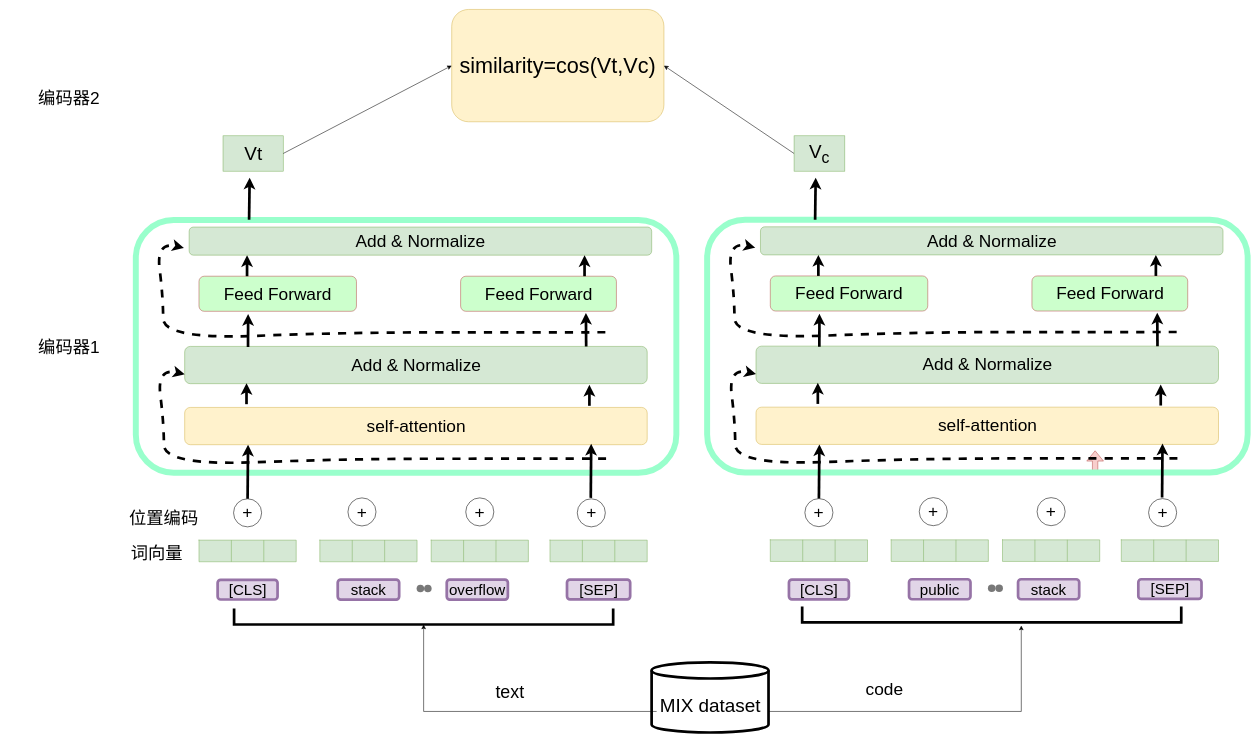
Earlier version of the draw.io diagram Copy of finetune-毕设.drawio (hangdj/BERT-PLI-IJCAI2020). Source tidied: cells renumbered, new cells numbered last; positions are measured from the earlier drawing's top-left corner, leaving out a move shared by most shapes. Both pictures are drawn from the tidied source at 54%, with x=0, y=0 at pixel (37, 9).
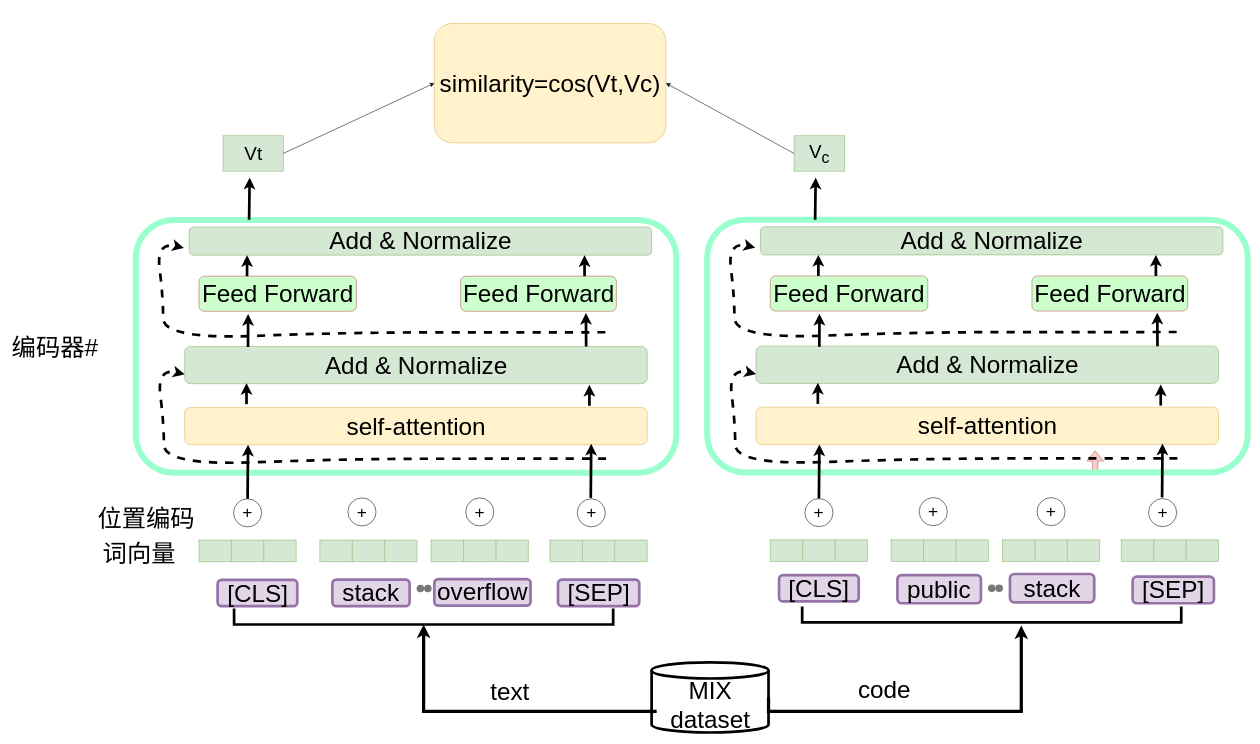
After the change.

Unchanged cells that the change refers to:
```xml
<mxCell id="3" style="shape=partialRectangle;whiteSpace=wrap;html=1;bottom=1;right=1;left=1;top=0;fillColor=none;routingCenterX=-0.5;strokeWidth=5;" parent="1" vertex="1">
  <mxGeometry x="364" y="1112" width="702" height="27" as="geometry" />
</mxCell>
<mxCell id="16" style="shape=cylinder3;whiteSpace=wrap;html=1;boundedLbl=1;backgroundOutline=1;size=15;fontSize=33;strokeWidth=5;" parent="1" vertex="1">
  <mxGeometry x="1137.2" y="1209" width="216.5" height="130" as="geometry" />
</mxCell>
<mxCell id="110" style="shape=partialRectangle;whiteSpace=wrap;html=1;bottom=1;right=1;left=1;top=0;fillColor=none;routingCenterX=-0.5;strokeWidth=5;" parent="1" vertex="1">
  <mxGeometry x="1416" y="1108" width="702" height="27" as="geometry" />
</mxCell>
```

Change to the diagram source:
```diff
@@
-    <mxCell id="4" value="&lt;span style=&quot;font-size: 28px&quot;&gt;stack&lt;/span&gt;" style="rounded=1;whiteSpace=wrap;html=1;fillColor=#e1d5e7;strokeColor=#9673a6;strokeWidth=5;" parent="1" vertex="1">
-      <mxGeometry x="555.9" y="1055.8" width="113.8" height="37" as="geometry" />
+    <mxCell id="4" value="&lt;font style=&quot;font-size: 45px&quot;&gt;stack&lt;/font&gt;" style="rounded=1;whiteSpace=wrap;html=1;fillColor=#e1d5e7;strokeColor=#9673a6;strokeWidth=5;" parent="1" vertex="1">
+      <mxGeometry x="546" y="1055.8" width="143" height="49.2" as="geometry" />
     </mxCell>
-    <mxCell id="5" value="&lt;span style=&quot;font-size: 28px&quot;&gt;overflow&lt;/span&gt;" style="rounded=1;whiteSpace=wrap;html=1;fillColor=#e1d5e7;strokeColor=#9673a6;strokeWidth=5;" parent="1" vertex="1">
-      <mxGeometry x="757.8" y="1055.8" width="113.2" height="37" as="geometry" />
+    <mxCell id="5" value="&lt;font style=&quot;font-size: 45px&quot;&gt;overflow&lt;/font&gt;" style="rounded=1;whiteSpace=wrap;html=1;fillColor=#e1d5e7;strokeColor=#9673a6;strokeWidth=5;" parent="1" vertex="1">
+      <mxGeometry x="734.8" y="1054.8" width="178.2" height="49.2" as="geometry" />
     </mxCell>
-    <mxCell id="6" value="&lt;font style=&quot;font-size: 28px&quot;&gt;[SEP]&lt;/font&gt;" style="rounded=1;whiteSpace=wrap;html=1;fillColor=#e1d5e7;strokeColor=#9673a6;strokeWidth=5;" parent="1" vertex="1">
-      <mxGeometry x="980.5" y="1055.8" width="117" height="36.5" as="geometry" />
+    <mxCell id="6" value="&lt;font style=&quot;font-size: 45px&quot;&gt;[SEP]&lt;/font&gt;" style="rounded=1;whiteSpace=wrap;html=1;fillColor=#e1d5e7;strokeColor=#9673a6;strokeWidth=5;" parent="1" vertex="1">
+      <mxGeometry x="963.8" y="1055.8" width="150.5" height="49.2" as="geometry" />
     </mxCell>
-    <mxCell id="7" value="&lt;font style=&quot;font-size: 28px&quot;&gt;[CLS]&lt;/font&gt;" style="rounded=1;whiteSpace=wrap;html=1;fillColor=#e1d5e7;strokeColor=#9673a6;strokeWidth=5;" parent="1" vertex="1">
-      <mxGeometry x="333.5" y="1056.2" width="111" height="36.5" as="geometry" />
+    <mxCell id="7" value="&lt;font style=&quot;font-size: 45px&quot;&gt;[CLS]&lt;/font&gt;" style="rounded=1;whiteSpace=wrap;html=1;fillColor=#e1d5e7;strokeColor=#9673a6;strokeWidth=5;" parent="1" vertex="1">
+      <mxGeometry x="333.5" y="1056.2" width="147.5" height="48.8" as="geometry" />
     </mxCell>
@@
-    <mxCell id="11" value="&lt;font style=&quot;font-size: 40px&quot;&gt;&lt;font style=&quot;font-size: 40px&quot;&gt;similarity=cos(V&lt;/font&gt;&lt;font style=&quot;font-size: 40px&quot;&gt;t,Vc)&lt;/font&gt;&lt;/font&gt;" style="rounded=1;whiteSpace=wrap;html=1;fillColor=#fff2cc;strokeColor=#d6b656;" parent="1" vertex="1">
-      <mxGeometry x="767" width="393" height="208" as="geometry" />
+    <mxCell id="11" value="&lt;font style=&quot;font-size: 45px&quot;&gt;&lt;font style=&quot;font-size: 45px&quot;&gt;similarity=cos(V&lt;/font&gt;&lt;font style=&quot;font-size: 45px&quot;&gt;t,Vc)&lt;/font&gt;&lt;/font&gt;" style="rounded=1;whiteSpace=wrap;html=1;fillColor=#fff2cc;strokeColor=#d6b656;" parent="1" vertex="1">
+      <mxGeometry x="734.8" y="26" width="429" height="221" as="geometry" />
     </mxCell>
@@
-    <mxCell id="17" style="edgeStyle=orthogonalEdgeStyle;rounded=0;jettySize=auto;html=1;entryX=0.5;entryY=1;entryDx=0;entryDy=0;fontSize=33;" parent="1" edge="1" source="18" target="3">
+    <mxCell id="17" style="edgeStyle=orthogonalEdgeStyle;rounded=0;jettySize=auto;html=1;entryX=0.5;entryY=1;entryDx=0;entryDy=0;fontSize=33;strokeWidth=6;" parent="1" edge="1" source="18" target="3">
       <mxGeometry relative="1" as="geometry">
         <Array as="points">
           <mxPoint x="715" y="1300" />
         </Array>
       </mxGeometry>
     </mxCell>
-    <mxCell id="18" value="&lt;font style=&quot;font-size: 35px&quot;&gt;MIX dataset&lt;/font&gt;" style="text;html=1;strokeColor=none;fillColor=none;align=center;verticalAlign=middle;whiteSpace=wrap;rounded=0;dashed=1;dashPattern=1 2;" parent="1" vertex="1">
+    <mxCell id="18" value="&lt;font style=&quot;font-size: 45px&quot;&gt;MIX dataset&lt;/font&gt;" style="text;html=1;strokeColor=none;fillColor=none;align=center;verticalAlign=middle;whiteSpace=wrap;rounded=0;dashed=1;dashPattern=1 2;" parent="1" vertex="1">
       <mxGeometry x="1146.5" y="1274" width="198" height="30" as="geometry" />
     </mxCell>
-    <mxCell id="19" value="text" style="text;html=1;strokeColor=none;fillColor=none;align=center;verticalAlign=middle;whiteSpace=wrap;rounded=0;fontSize=33;" parent="1" vertex="1">
+    <mxCell id="19" value="&lt;font style=&quot;font-size: 45px&quot;&gt;text&lt;/font&gt;" style="text;html=1;strokeColor=none;fillColor=none;align=center;verticalAlign=middle;whiteSpace=wrap;rounded=0;fontSize=33;" parent="1" vertex="1">
       <mxGeometry x="845" y="1248" width="60" height="30" as="geometry" />
     </mxCell>
@@
-    <mxCell id="44" value="词向量" style="text;html=1;strokeColor=none;fillColor=none;align=center;verticalAlign=middle;whiteSpace=wrap;rounded=0;fontSize=32;" parent="1" vertex="1">
-      <mxGeometry x="169" y="992.8" width="104" height="30" as="geometry" />
+    <mxCell id="44" value="&lt;font style=&quot;font-size: 45px&quot;&gt;词向量&lt;/font&gt;" style="text;html=1;strokeColor=none;fillColor=none;align=center;verticalAlign=middle;whiteSpace=wrap;rounded=0;fontSize=32;" parent="1" vertex="1">
+      <mxGeometry x="104" y="992.8" width="169" height="30" as="geometry" />
     </mxCell>
-    <mxCell id="45" value="位置编码" style="text;html=1;strokeColor=none;fillColor=none;align=center;verticalAlign=middle;whiteSpace=wrap;rounded=0;fontSize=32;" parent="1" vertex="1">
-      <mxGeometry x="169" y="928.2" width="130" height="30" as="geometry" />
+    <mxCell id="45" value="&lt;font style=&quot;font-size: 45px&quot;&gt;位置编码&lt;/font&gt;" style="text;html=1;strokeColor=none;fillColor=none;align=center;verticalAlign=middle;whiteSpace=wrap;rounded=0;fontSize=32;" parent="1" vertex="1">
+      <mxGeometry x="104" y="928.2" width="195" height="30" as="geometry" />
     </mxCell>
-    <mxCell id="46" value="self-attention" style="rounded=1;whiteSpace=wrap;html=1;fontSize=32;fillColor=#fff2cc;strokeColor=#d6b656;" parent="1" vertex="1">
+    <mxCell id="46" value="&lt;font style=&quot;font-size: 45px&quot;&gt;self-attention&lt;/font&gt;" style="rounded=1;whiteSpace=wrap;html=1;fontSize=32;fillColor=#fff2cc;strokeColor=#d6b656;" parent="1" vertex="1">
       <mxGeometry x="272.5" y="737" width="856.5" height="69" as="geometry" />
     </mxCell>
-    <mxCell id="47" value="Add &amp;amp; Normalize" style="rounded=1;whiteSpace=wrap;html=1;fontSize=32;fillColor=#d5e8d4;strokeColor=#82b366;" parent="1" vertex="1">
+    <mxCell id="47" value="&lt;font style=&quot;font-size: 45px&quot;&gt;Add &amp;amp; Normalize&lt;/font&gt;" style="rounded=1;whiteSpace=wrap;html=1;fontSize=32;fillColor=#d5e8d4;strokeColor=#82b366;" parent="1" vertex="1">
       <mxGeometry x="272.5" y="624" width="856.5" height="69" as="geometry" />
     </mxCell>
-    <mxCell id="48" value="Feed Forward" style="rounded=1;whiteSpace=wrap;html=1;fontSize=32;fillColor=#CCFFCC;strokeColor=#b85450;" parent="1" vertex="1">
+    <mxCell id="48" value="&lt;font style=&quot;font-size: 45px&quot;&gt;Feed Forward&lt;/font&gt;" style="rounded=1;whiteSpace=wrap;html=1;fontSize=32;fillColor=#CCFFCC;strokeColor=#b85450;" parent="1" vertex="1">
       <mxGeometry x="299" y="494" width="291.6" height="65" as="geometry" />
     </mxCell>
-    <mxCell id="49" value="Feed Forward" style="rounded=1;whiteSpace=wrap;html=1;fontSize=32;fillColor=#CCFFCC;strokeColor=#b85450;" parent="1" vertex="1">
+    <mxCell id="49" value="&lt;font style=&quot;font-size: 45px&quot;&gt;Feed Forward&lt;/font&gt;" style="rounded=1;whiteSpace=wrap;html=1;fontSize=32;fillColor=#CCFFCC;strokeColor=#b85450;" parent="1" vertex="1">
       <mxGeometry x="783.5" y="494" width="288.5" height="65" as="geometry" />
     </mxCell>
-    <mxCell id="50" value="Add &amp;amp; Normalize" style="rounded=1;whiteSpace=wrap;html=1;fontSize=32;fillColor=#d5e8d4;strokeColor=#82b366;" parent="1" vertex="1">
+    <mxCell id="50" value="&lt;font style=&quot;font-size: 45px&quot;&gt;Add &amp;amp; Normalize&lt;/font&gt;" style="rounded=1;whiteSpace=wrap;html=1;fontSize=32;fillColor=#d5e8d4;strokeColor=#82b366;" parent="1" vertex="1">
       <mxGeometry x="280.8" y="403" width="856.5" height="52" as="geometry" />
     </mxCell>
@@
-    <mxCell id="62" value="编码器1" style="text;html=1;strokeColor=none;fillColor=none;align=center;verticalAlign=middle;whiteSpace=wrap;rounded=0;fontSize=32;" parent="1" vertex="1">
-      <mxGeometry y="611" width="117" height="30" as="geometry" />
+    <mxCell id="62" value="&lt;font style=&quot;font-size: 45px&quot;&gt;编码器#&lt;/font&gt;" style="text;html=1;strokeColor=none;fillColor=none;align=center;verticalAlign=middle;whiteSpace=wrap;rounded=0;fontSize=32;" parent="1" vertex="1">
+      <mxGeometry x="-52" y="611" width="169" height="30" as="geometry" />
     </mxCell>
-    <mxCell id="63" value="编码器2" style="text;html=1;strokeColor=none;fillColor=none;align=center;verticalAlign=middle;whiteSpace=wrap;rounded=0;fontSize=32;" parent="1" vertex="1">
-      <mxGeometry y="149.5" width="117" height="30" as="geometry" />
-    </mxCell>
@@
-    <mxCell id="65" value="&lt;span style=&quot;font-size: 28px&quot;&gt;public&lt;/span&gt;" style="rounded=1;whiteSpace=wrap;html=1;fillColor=#e1d5e7;strokeColor=#9673a6;strokeWidth=5;" parent="1" vertex="1">
-      <mxGeometry x="1613.9" y="1055.2" width="113.8" height="37" as="geometry" />
+    <mxCell id="65" value="&lt;font style=&quot;font-size: 45px&quot;&gt;public&lt;/font&gt;" style="rounded=1;whiteSpace=wrap;html=1;fillColor=#e1d5e7;strokeColor=#9673a6;strokeWidth=5;" parent="1" vertex="1">
+      <mxGeometry x="1592.4" y="1047.4" width="154.6" height="52.2" as="geometry" />
     </mxCell>
-    <mxCell id="66" value="&lt;span style=&quot;font-size: 28px&quot;&gt;stack&lt;/span&gt;" style="rounded=1;whiteSpace=wrap;html=1;fillColor=#e1d5e7;strokeColor=#9673a6;strokeWidth=5;" parent="1" vertex="1">
-      <mxGeometry x="1815.8" y="1055.2" width="113.2" height="37" as="geometry" />
+    <mxCell id="66" value="&lt;font style=&quot;font-size: 45px&quot;&gt;stack&lt;/font&gt;" style="rounded=1;whiteSpace=wrap;html=1;fillColor=#e1d5e7;strokeColor=#9673a6;strokeWidth=5;" parent="1" vertex="1">
+      <mxGeometry x="1800.8" y="1045.5" width="156" height="52.5" as="geometry" />
     </mxCell>
-    <mxCell id="67" value="&lt;font style=&quot;font-size: 28px&quot;&gt;[SEP]&lt;/font&gt;" style="rounded=1;whiteSpace=wrap;html=1;fillColor=#e1d5e7;strokeColor=#9673a6;strokeWidth=5;" parent="1" vertex="1">
-      <mxGeometry x="2038.5" y="1055.2" width="117" height="36.5" as="geometry" />
-    </mxCell>
-    <mxCell id="68" value="&lt;font style=&quot;font-size: 28px&quot;&gt;[CLS]&lt;/font&gt;" style="rounded=1;whiteSpace=wrap;html=1;fillColor=#e1d5e7;strokeColor=#9673a6;strokeWidth=5;" parent="1" vertex="1">
-      <mxGeometry x="1391.5" y="1055.8" width="111" height="36.5" as="geometry" />
-    </mxCell>
@@
-    <mxCell id="95" value="self-attention" style="rounded=1;whiteSpace=wrap;html=1;fontSize=32;fillColor=#fff2cc;strokeColor=#d6b656;" parent="1" vertex="1">
+    <mxCell id="95" value="&lt;font style=&quot;font-size: 45px&quot;&gt;self-attention&lt;/font&gt;" style="rounded=1;whiteSpace=wrap;html=1;fontSize=32;fillColor=#fff2cc;strokeColor=#d6b656;" parent="1" vertex="1">
       <mxGeometry x="1330.5" y="736.5" width="856.5" height="69" as="geometry" />
     </mxCell>
-    <mxCell id="96" value="Add &amp;amp; Normalize" style="rounded=1;whiteSpace=wrap;html=1;fontSize=32;fillColor=#d5e8d4;strokeColor=#82b366;" parent="1" vertex="1">
+    <mxCell id="96" value="&lt;font style=&quot;font-size: 45px&quot;&gt;Add &amp;amp; Normalize&lt;/font&gt;" style="rounded=1;whiteSpace=wrap;html=1;fontSize=32;fillColor=#d5e8d4;strokeColor=#82b366;" parent="1" vertex="1">
       <mxGeometry x="1330.5" y="623.5" width="856.5" height="69" as="geometry" />
     </mxCell>
-    <mxCell id="97" value="Feed Forward" style="rounded=1;whiteSpace=wrap;html=1;fontSize=32;fillColor=#CCFFCC;strokeColor=#b85450;" parent="1" vertex="1">
+    <mxCell id="97" value="&lt;font style=&quot;font-size: 45px&quot;&gt;Feed Forward&lt;/font&gt;" style="rounded=1;whiteSpace=wrap;html=1;fontSize=32;fillColor=#CCFFCC;strokeColor=#b85450;" parent="1" vertex="1">
       <mxGeometry x="1357" y="493.5" width="291.6" height="65" as="geometry" />
     </mxCell>
-    <mxCell id="98" value="Feed Forward" style="rounded=1;whiteSpace=wrap;html=1;fontSize=32;fillColor=#CCFFCC;strokeColor=#b85450;" parent="1" vertex="1">
+    <mxCell id="98" value="&lt;font style=&quot;font-size: 45px&quot;&gt;Feed Forward&lt;/font&gt;" style="rounded=1;whiteSpace=wrap;html=1;fontSize=32;fillColor=#CCFFCC;strokeColor=#b85450;" parent="1" vertex="1">
       <mxGeometry x="1841.5" y="493.5" width="288.5" height="65" as="geometry" />
     </mxCell>
-    <mxCell id="99" value="Add &amp;amp; Normalize" style="rounded=1;whiteSpace=wrap;html=1;fontSize=32;fillColor=#d5e8d4;strokeColor=#82b366;" parent="1" vertex="1">
+    <mxCell id="99" value="&lt;font style=&quot;font-size: 45px&quot;&gt;Add &amp;amp; Normalize&lt;/font&gt;" style="rounded=1;whiteSpace=wrap;html=1;fontSize=32;fillColor=#d5e8d4;strokeColor=#82b366;" parent="1" vertex="1">
       <mxGeometry x="1338.8" y="402.5" width="856.5" height="52" as="geometry" />
     </mxCell>
@@
-    <mxCell id="111" style="edgeStyle=orthogonalEdgeStyle;rounded=0;jettySize=auto;html=1;entryX=0.578;entryY=1.222;entryDx=0;entryDy=0;fontSize=33;entryPerimeter=0;exitX=1;exitY=0.5;exitDx=0;exitDy=0;exitPerimeter=0;" parent="1" edge="1" source="16" target="110">
+    <mxCell id="111" style="edgeStyle=orthogonalEdgeStyle;rounded=0;jettySize=auto;html=1;entryX=0.578;entryY=1.222;entryDx=0;entryDy=0;fontSize=33;entryPerimeter=0;exitX=1;exitY=0.5;exitDx=0;exitDy=0;exitPerimeter=0;strokeWidth=6;" parent="1" edge="1" source="16" target="110">
       <mxGeometry relative="1" as="geometry">
         <Array as="points">
           <mxPoint x="1354" y="1300" />
           <mxPoint x="1822" y="1300" />
         </Array>
       </mxGeometry>
     </mxCell>
-    <mxCell id="112" value="code" style="text;html=1;align=center;verticalAlign=middle;strokeColor=none;fillColor=none;fontSize=32;" parent="1" vertex="1">
-      <mxGeometry x="1522.9" y="1239" width="91" height="39" as="geometry" />
+    <mxCell id="112" value="&lt;font style=&quot;font-size: 45px&quot;&gt;code&lt;/font&gt;" style="text;html=1;align=center;verticalAlign=middle;strokeColor=none;fillColor=none;fontSize=32;" parent="1" vertex="1">
+      <mxGeometry x="1509.9" y="1233" width="117" height="52" as="geometry" />
     </mxCell>
@@
+    <mxCell id="67" value="&lt;font style=&quot;font-size: 45px&quot;&gt;[SEP]&lt;/font&gt;" style="rounded=1;whiteSpace=wrap;html=1;fillColor=#e1d5e7;strokeColor=#9673a6;strokeWidth=5;" parent="1" vertex="1">
+      <mxGeometry x="2028" y="1050.4" width="150.5" height="49.2" as="geometry" />
+    </mxCell>
+    <mxCell id="68" value="&lt;font style=&quot;font-size: 45px&quot;&gt;[CLS]&lt;/font&gt;" style="rounded=1;whiteSpace=wrap;html=1;fillColor=#e1d5e7;strokeColor=#9673a6;strokeWidth=5;" parent="1" vertex="1">
+      <mxGeometry x="1373.2" y="1047.4" width="147.5" height="48.8" as="geometry" />
+    </mxCell>
```
